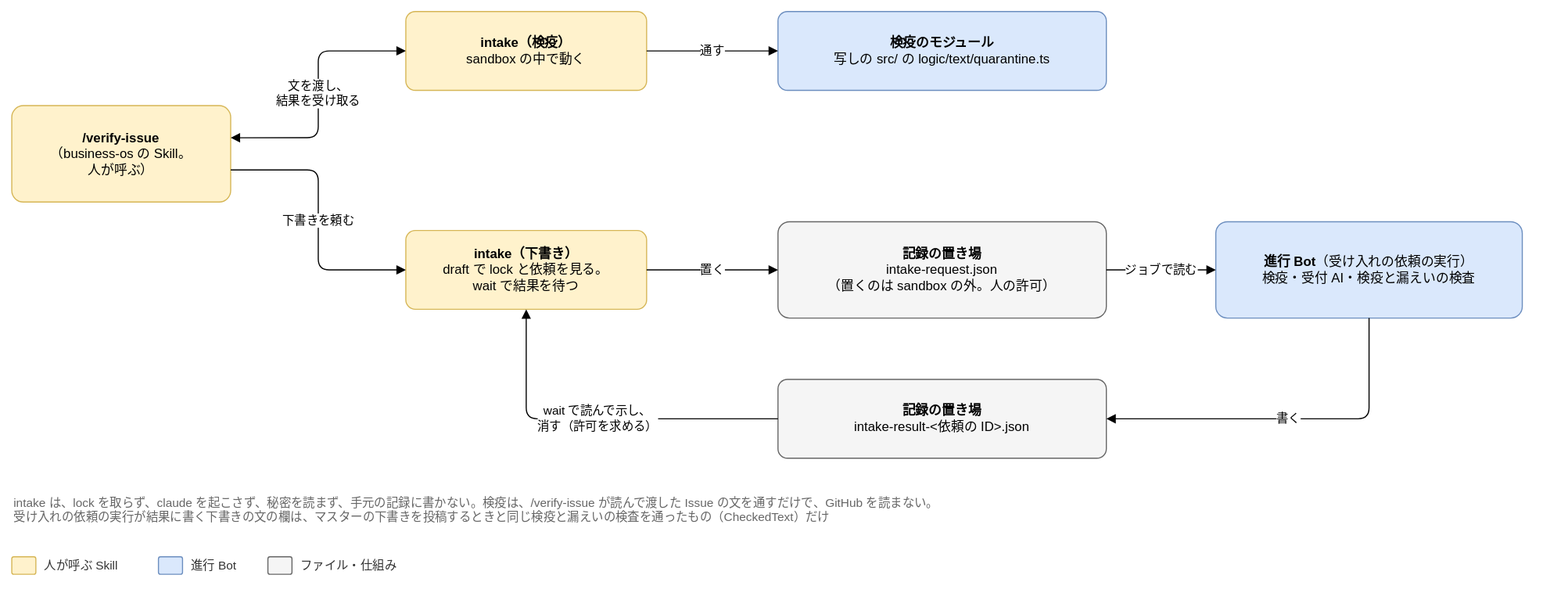
This is docs/design/detailed/diagrams/06-intake.drawio.svg from Joymerrevent/dev-autopilot, a draw.io export, as it was before one commit. Source tidied: cells renumbered, new cells last; positions are measured from the earlier drawing's top-left corner, leaving out a move shared by most shapes.
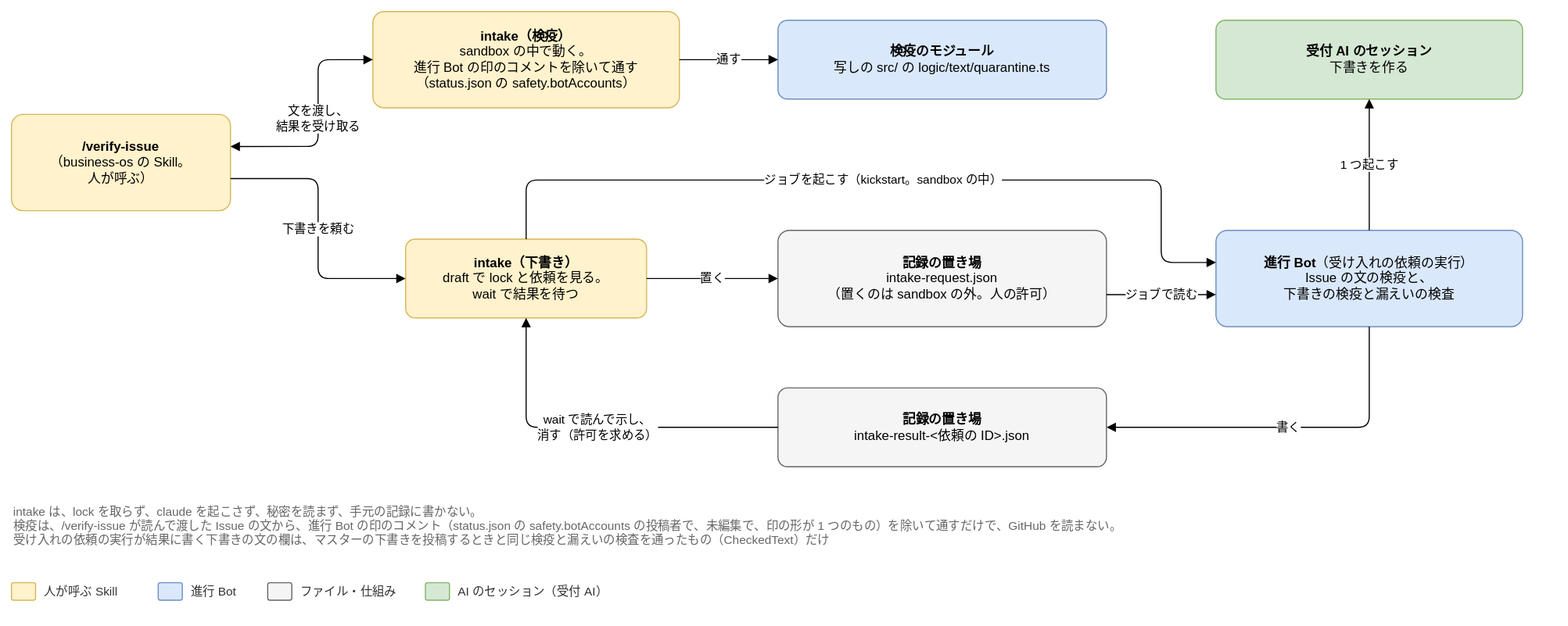
Later version of the same file.

Commit message:
docs(design): 詳細設計の図 06-intake と 07-lifecycle で、受付 AI と実行を終える場合と線を描く

詳細設計のレビューの低の直し（最初のレビューの R6-9・R6-11、
1 回目の再レビューの R3-10・R4-5・R4-6・R4-7・R4-8）。

- 06-intake：Skill がジョブを起こす線を足し、受付 AI を緑の箱に分ける。q と note に、
  status.json の safety.botAccounts で進行 Bot の印のコメントを除くことを足す（R6-11・R4-8）
- 07-lifecycle：ns に順 1 の合図と順 5・6 で実行を終えること、ns5 に上のフォルダの異常、
  note に箱の番号と「順」の読み分けを足す（R3-10・R4-5）
- 07-lifecycle：s3 から prepare-failed への線と、探し切れないときの not-stopped を足し、
  ns の左の辺の 2 本を等間隔にし、凡例を色の決まりの言葉にする（R4-6・R4-7・R6-9）

Claude-Session: https://claude.ai/code/session_01LvmXQN14Y95msvojZ6hWNP

Diff of the diagram source:
```diff
@@ -5,8 +5,8 @@
     <mxCell id="2" value="&lt;b&gt;/verify-issue&lt;/b&gt;&lt;br&gt;（business-os の Skill。&lt;br&gt;人が呼ぶ）" style="rounded=1;whiteSpace=wrap;html=1;fontSize=12;arcSize=12;spacing=12;fillColor=#fff2cc;strokeColor=#d6b656;" parent="1" vertex="1">
       <mxGeometry y="86" width="200" height="88" as="geometry" />
     </mxCell>
-    <mxCell id="3" value="&lt;b&gt;intake（検疫）&lt;/b&gt;&lt;br&gt;sandbox の中で動く" style="rounded=1;whiteSpace=wrap;html=1;fontSize=12;arcSize=12;spacing=12;fillColor=#fff2cc;strokeColor=#d6b656;" parent="1" vertex="1">
-      <mxGeometry x="360" width="220" height="72" as="geometry" />
+    <mxCell id="3" value="&lt;b&gt;intake（検疫）&lt;/b&gt;&lt;br&gt;sandbox の中で動く。&lt;br&gt;進行 Bot の印のコメントを除いて通す&lt;br&gt;（status.json の safety.botAccounts）" style="rounded=1;whiteSpace=wrap;html=1;fontSize=12;arcSize=12;spacing=12;fillColor=#fff2cc;strokeColor=#d6b656;" parent="1" vertex="1">
+      <mxGeometry x="330" y="-8" width="280" height="88" as="geometry" />
     </mxCell>
     <mxCell id="4" value="&lt;b&gt;検疫のモジュール&lt;/b&gt;&lt;br&gt;写しの src/ の logic/text/quarantine.ts" style="rounded=1;whiteSpace=wrap;html=1;fontSize=12;arcSize=12;spacing=12;fillColor=#dae8fc;strokeColor=#6c8ebf;" parent="1" vertex="1">
       <mxGeometry x="700" width="300" height="72" as="geometry" />
@@ -17,7 +17,7 @@
     <mxCell id="6" value="&lt;b&gt;記録の置き場&lt;/b&gt;&lt;br&gt;intake-request.json&lt;br&gt;（置くのは sandbox の外。人の許可）" style="rounded=1;whiteSpace=wrap;html=1;fontSize=12;arcSize=12;spacing=12;fillColor=#f5f5f5;strokeColor=#666666;" parent="1" vertex="1">
       <mxGeometry x="700" y="192" width="300" height="88" as="geometry" />
     </mxCell>
-    <mxCell id="7" value="&lt;b&gt;進行 Bot&lt;/b&gt;（受け入れの依頼の実行）&lt;br&gt;検疫・受付 AI・検疫と漏えいの検査" style="rounded=1;whiteSpace=wrap;html=1;fontSize=12;arcSize=12;spacing=12;fillColor=#dae8fc;strokeColor=#6c8ebf;" parent="1" vertex="1">
+    <mxCell id="7" value="&lt;b&gt;進行 Bot&lt;/b&gt;（受け入れの依頼の実行）&lt;br&gt;Issue の文の検疫と、&lt;br&gt;下書きの検疫と漏えいの検査" style="rounded=1;whiteSpace=wrap;html=1;fontSize=12;arcSize=12;spacing=12;fillColor=#dae8fc;strokeColor=#6c8ebf;" parent="1" vertex="1">
       <mxGeometry x="1100" y="192" width="280" height="88" as="geometry" />
     </mxCell>
     <mxCell id="8" value="&lt;b&gt;記録の置き場&lt;/b&gt;&lt;br&gt;intake-result-&amp;lt;依頼の ID&amp;gt;.json" style="rounded=1;whiteSpace=wrap;html=1;fontSize=12;arcSize=12;spacing=12;fillColor=#f5f5f5;strokeColor=#666666;" parent="1" vertex="1">
@@ -45,7 +45,7 @@
     <mxCell id="12" value="置く" style="edgeStyle=orthogonalEdgeStyle;rounded=1;html=1;endArrow=block;endFill=1;fontSize=11;labelBackgroundColor=#ffffff;exitX=1;exitY=0.5;exitDx=0;exitDy=0;entryX=0;entryY=0.5;entryDx=0;entryDy=0;" parent="1" edge="1" source="5" target="6">
       <mxGeometry relative="1" as="geometry" />
     </mxCell>
-    <mxCell id="13" value="ジョブで読む" style="edgeStyle=orthogonalEdgeStyle;rounded=1;html=1;endArrow=block;endFill=1;fontSize=11;labelBackgroundColor=#ffffff;exitX=1;exitY=0.5;exitDx=0;exitDy=0;entryX=0;entryY=0.5;entryDx=0;entryDy=0;" parent="1" edge="1" source="6" target="7">
+    <mxCell id="13" value="ジョブで読む" style="edgeStyle=orthogonalEdgeStyle;rounded=1;html=1;endArrow=block;endFill=1;fontSize=11;labelBackgroundColor=#ffffff;exitX=1;exitY=0.6666666666666666;exitDx=0;exitDy=0;entryX=0;entryY=0.6666666666666666;entryDx=0;entryDy=0;" parent="1" edge="1" source="6" target="7">
       <mxGeometry relative="1" as="geometry" />
     </mxCell>
     <mxCell id="14" value="書く" style="edgeStyle=orthogonalEdgeStyle;rounded=1;html=1;endArrow=block;endFill=1;fontSize=11;labelBackgroundColor=#ffffff;exitX=0.5;exitY=1;exitDx=0;exitDy=0;entryX=1;entryY=0.5;entryDx=0;entryDy=0;" parent="1" edge="1" source="7" target="8">
@@ -62,26 +62,47 @@
         </Array>
       </mxGeometry>
     </mxCell>
-    <mxCell id="16" value="intake は、lock を取らず、claude を起こさず、秘密を読まず、手元の記録に書かない。検疫は、/verify-issue が読んで渡した Issue の文を通すだけで、GitHub を読まない。&lt;br&gt;受け入れの依頼の実行が結果に書く下書きの文の欄は、マスターの下書きを投稿するときと同じ検疫と漏えいの検査を通ったもの（CheckedText）だけ" style="text;html=1;whiteSpace=wrap;align=left;verticalAlign=top;fontSize=11;fontColor=#666666;" parent="1" vertex="1">
-      <mxGeometry y="436" width="1400" height="40" as="geometry" />
+    <mxCell id="16" value="intake は、lock を取らず、claude を起こさず、秘密を読まず、手元の記録に書かない。&lt;br&gt;検疫は、/verify-issue が読んで渡した Issue の文から、進行 Bot の印のコメント（status.json の safety.botAccounts の投稿者で、未編集で、印の形が 1 つのもの）を除いて通すだけで、GitHub を読まない。&lt;br&gt;受け入れの依頼の実行が結果に書く下書きの文の欄は、マスターの下書きを投稿するときと同じ検疫と漏えいの検査を通ったもの（CheckedText）だけ" style="text;html=1;whiteSpace=wrap;align=left;verticalAlign=top;fontSize=11;fontColor=#666666;" parent="1" vertex="1">
+      <mxGeometry y="436" width="1400" height="56" as="geometry" />
     </mxCell>
     <mxCell id="17" style="rounded=1;whiteSpace=wrap;html=1;fontSize=12;arcSize=12;spacing=12;fillColor=#fff2cc;strokeColor=#d6b656;" parent="1" vertex="1">
-      <mxGeometry y="498" width="22" height="16" as="geometry" />
+      <mxGeometry y="514" width="22" height="16" as="geometry" />
     </mxCell>
     <mxCell id="18" value="人が呼ぶ Skill" style="text;html=1;align=left;verticalAlign=middle;fontSize=11;fontColor=#333333;" parent="1" vertex="1">
-      <mxGeometry x="28" y="496" width="90" height="20" as="geometry" />
+      <mxGeometry x="28" y="512" width="90" height="20" as="geometry" />
     </mxCell>
     <mxCell id="19" style="rounded=1;whiteSpace=wrap;html=1;fontSize=12;arcSize=12;spacing=12;fillColor=#dae8fc;strokeColor=#6c8ebf;" parent="1" vertex="1">
-      <mxGeometry x="134" y="498" width="22" height="16" as="geometry" />
+      <mxGeometry x="134" y="514" width="22" height="16" as="geometry" />
     </mxCell>
     <mxCell id="20" value="進行 Bot" style="text;html=1;align=left;verticalAlign=middle;fontSize=11;fontColor=#333333;" parent="1" vertex="1">
-      <mxGeometry x="162" y="496" width="56" height="20" as="geometry" />
+      <mxGeometry x="162" y="512" width="56" height="20" as="geometry" />
     </mxCell>
     <mxCell id="21" style="rounded=1;whiteSpace=wrap;html=1;fontSize=12;arcSize=12;spacing=12;fillColor=#f5f5f5;strokeColor=#666666;" parent="1" vertex="1">
-      <mxGeometry x="234" y="498" width="22" height="16" as="geometry" />
+      <mxGeometry x="234" y="514" width="22" height="16" as="geometry" />
     </mxCell>
     <mxCell id="22" value="ファイル・仕組み" style="text;html=1;align=left;verticalAlign=middle;fontSize=11;fontColor=#333333;" parent="1" vertex="1">
-      <mxGeometry x="262" y="496" width="100" height="20" as="geometry" />
+      <mxGeometry x="262" y="512" width="100" height="20" as="geometry" />
     </mxCell>
+    <mxCell id="23" value="&lt;b&gt;受付 AI のセッション&lt;/b&gt;&lt;br&gt;下書きを作る" style="rounded=1;whiteSpace=wrap;html=1;fontSize=12;arcSize=12;spacing=12;fillColor=#d5e8d4;strokeColor=#82b366;" parent="1" vertex="1">
+      <mxGeometry x="1100" width="280" height="72" as="geometry" />
+    </mxCell>
+    <mxCell id="24" value="1 つ起こす" style="edgeStyle=orthogonalEdgeStyle;rounded=1;html=1;endArrow=block;endFill=1;fontSize=11;labelBackgroundColor=#ffffff;exitX=0.5;exitY=0;exitDx=0;exitDy=0;entryX=0.5;entryY=1;entryDx=0;entryDy=0;" parent="1" edge="1" source="7" target="23">
+      <mxGeometry relative="1" as="geometry" />
+    </mxCell>
+    <mxCell id="25" value="ジョブを起こす（kickstart。sandbox の中）" style="edgeStyle=orthogonalEdgeStyle;rounded=1;html=1;endArrow=block;endFill=1;fontSize=11;labelBackgroundColor=#ffffff;exitX=0.5;exitY=0;exitDx=0;exitDy=0;entryX=0;entryY=0.3333333333333333;entryDx=0;entryDy=0;" parent="1" edge="1" source="5" target="7">
+      <mxGeometry relative="1" as="geometry">
+        <Array as="points">
+          <mxPoint x="470" y="146" />
+          <mxPoint x="1050" y="146" />
+          <mxPoint x="1050" y="221.3" />
+        </Array>
+      </mxGeometry>
+    </mxCell>
+    <mxCell id="26" style="rounded=1;whiteSpace=wrap;html=1;fontSize=12;arcSize=12;spacing=12;fillColor=#d5e8d4;strokeColor=#82b366;" parent="1" vertex="1">
+      <mxGeometry x="378" y="514" width="22" height="16" as="geometry" />
+    </mxCell>
+    <mxCell id="27" value="AI のセッション（受付 AI）" style="text;html=1;align=left;verticalAlign=middle;fontSize=11;fontColor=#333333;" parent="1" vertex="1">
+      <mxGeometry x="406" y="512" width="150" height="20" as="geometry" />
+    </mxCell>
   </root>
 </mxGraphModel>
```
